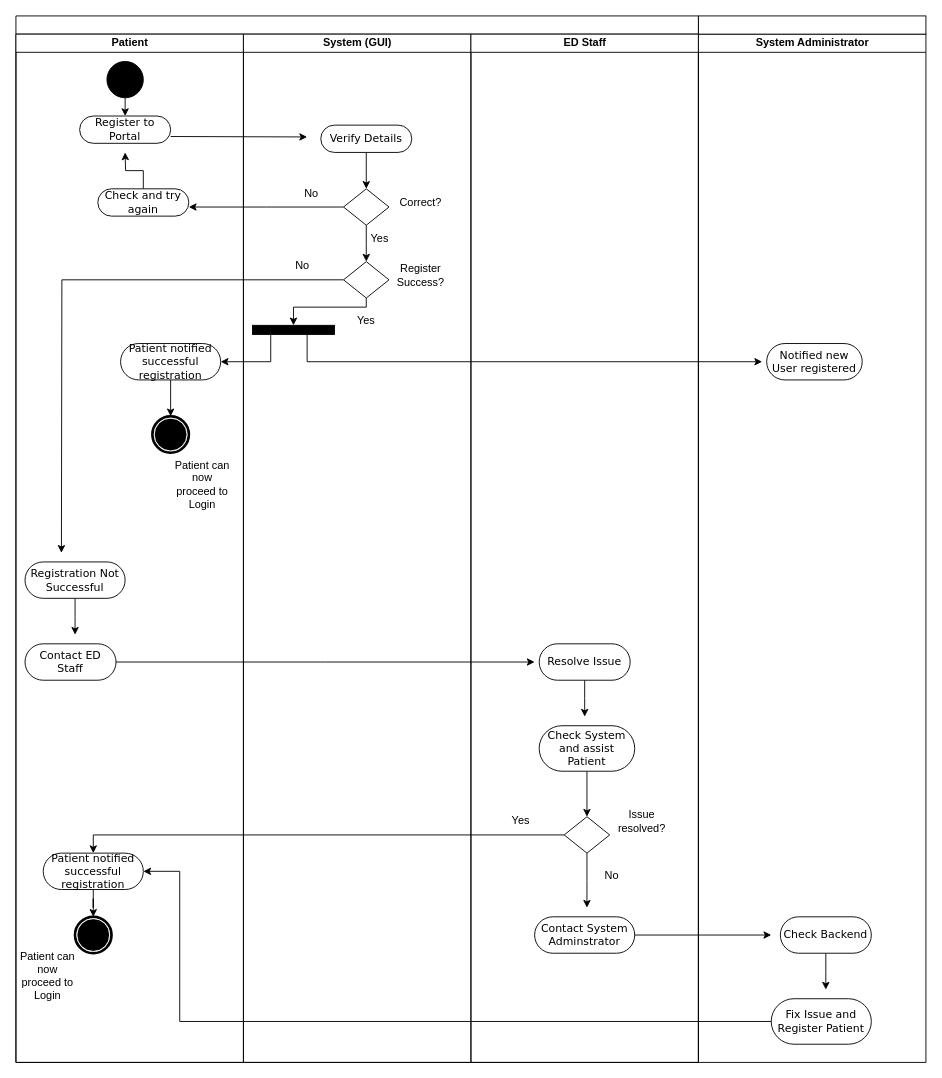
Above: Project Milestone 2/Activity_Diagram2.drawio in SENG-350-2024-fall/Team-6 (draw.io), before the change. Source tidied: cells renumbered, new cells numbered last; positions are measured from the earlier drawing's top-left corner, leaving out a move shared by most shapes. Both pictures are drawn from the tidied source at 91%, with x=0, y=0 at pixel (15, 15).
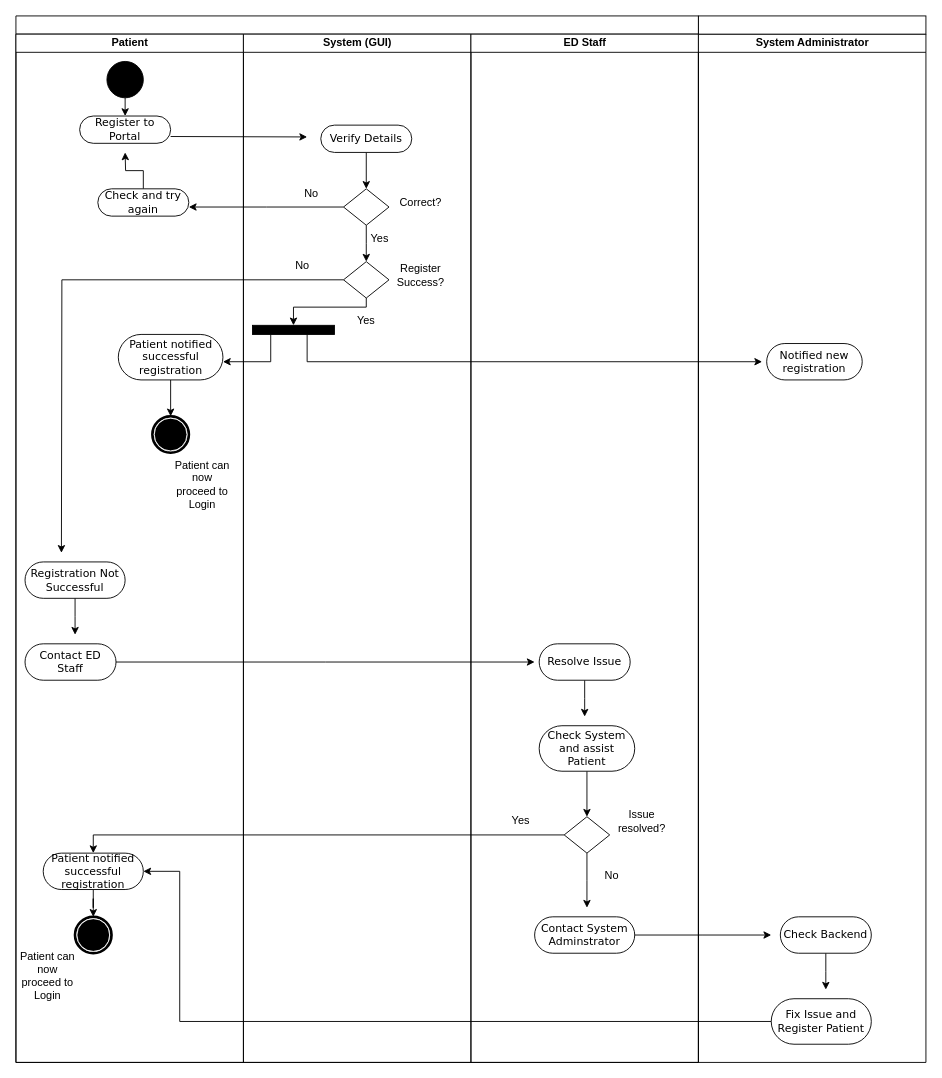
Above is the later version.

Unchanged cells that the change refers to:
```xml
<mxCell id="3" value="Patient" style="swimlane;html=1;startSize=20;" parent="2" vertex="1">
  <mxGeometry y="20" width="250" height="1130" as="geometry" />
</mxCell>
<mxCell id="53" value="System Administrator" style="swimlane;html=1;startSize=20;" parent="1" vertex="1">
  <mxGeometry x="750" y="20" width="250" height="1130" as="geometry" />
</mxCell>
```

Diff of the diagram source:
```diff
@@
     <mxCell id="9" value="Patient notified successful registration" style="rounded=1;whiteSpace=wrap;html=1;shadow=0;comic=0;labelBackgroundColor=none;strokeWidth=1;fontFamily=Verdana;fontSize=12;align=center;arcSize=50;" parent="3" vertex="1">
-      <mxGeometry x="115" y="340" width="110" height="40" as="geometry" />
+      <mxGeometry x="112.5" y="330" width="115" height="50" as="geometry" />
     </mxCell>
@@
-    <mxCell id="55" value="Notified new User registered" style="rounded=1;whiteSpace=wrap;html=1;shadow=0;comic=0;labelBackgroundColor=none;strokeWidth=1;fontFamily=Verdana;fontSize=12;align=center;arcSize=50;" parent="53" vertex="1">
+    <mxCell id="55" value="Notified new registration" style="rounded=1;whiteSpace=wrap;html=1;shadow=0;comic=0;labelBackgroundColor=none;strokeWidth=1;fontFamily=Verdana;fontSize=12;align=center;arcSize=50;" parent="53" vertex="1">
       <mxGeometry x="75" y="340" width="105" height="40" as="geometry" />
     </mxCell>
```
